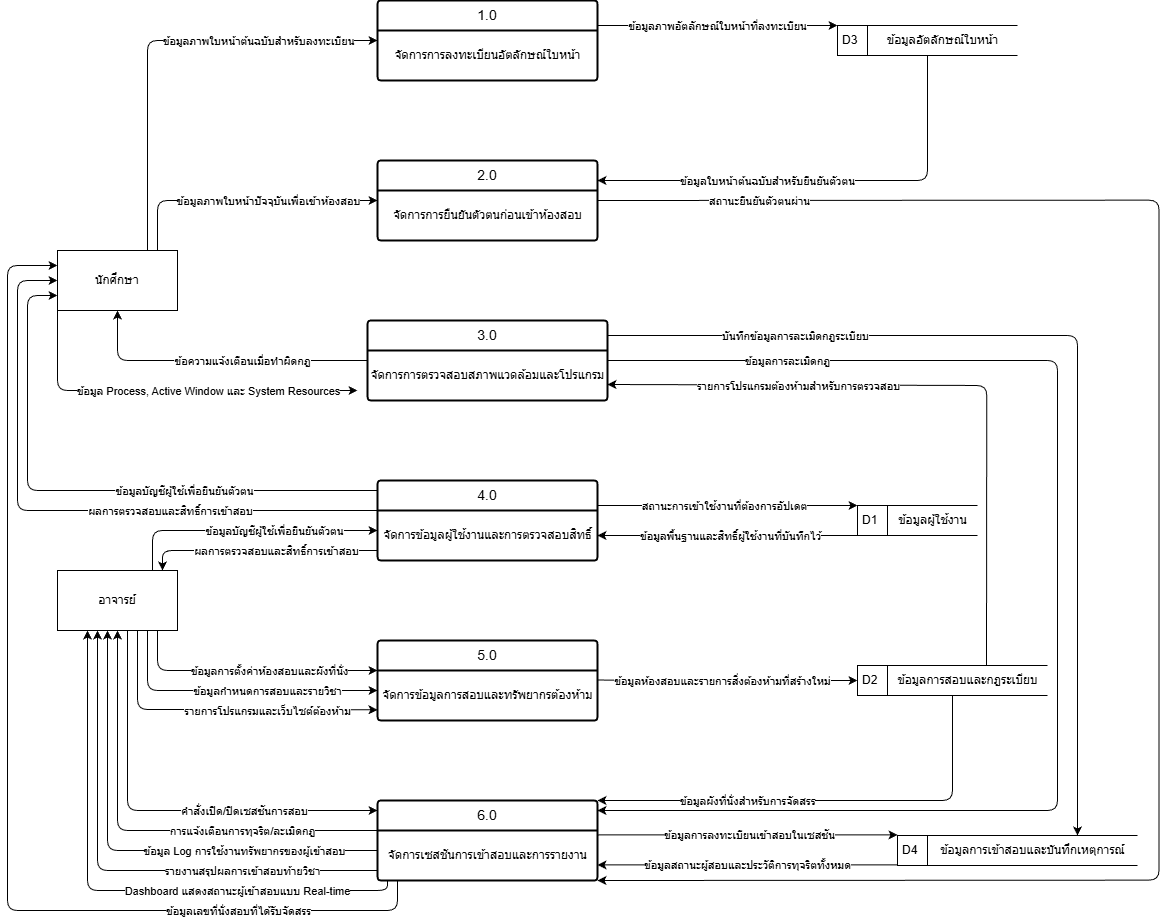
Before: diagram_now/diagran_picture/DFD1.png, a diagram exported from draw.io (PatcharaphonKoosomsarp/FACE-EXAM). Source tidied: cells renumbered, new cells last; positions are measured from the earlier drawing's top-left corner, leaving out a move shared by most shapes.
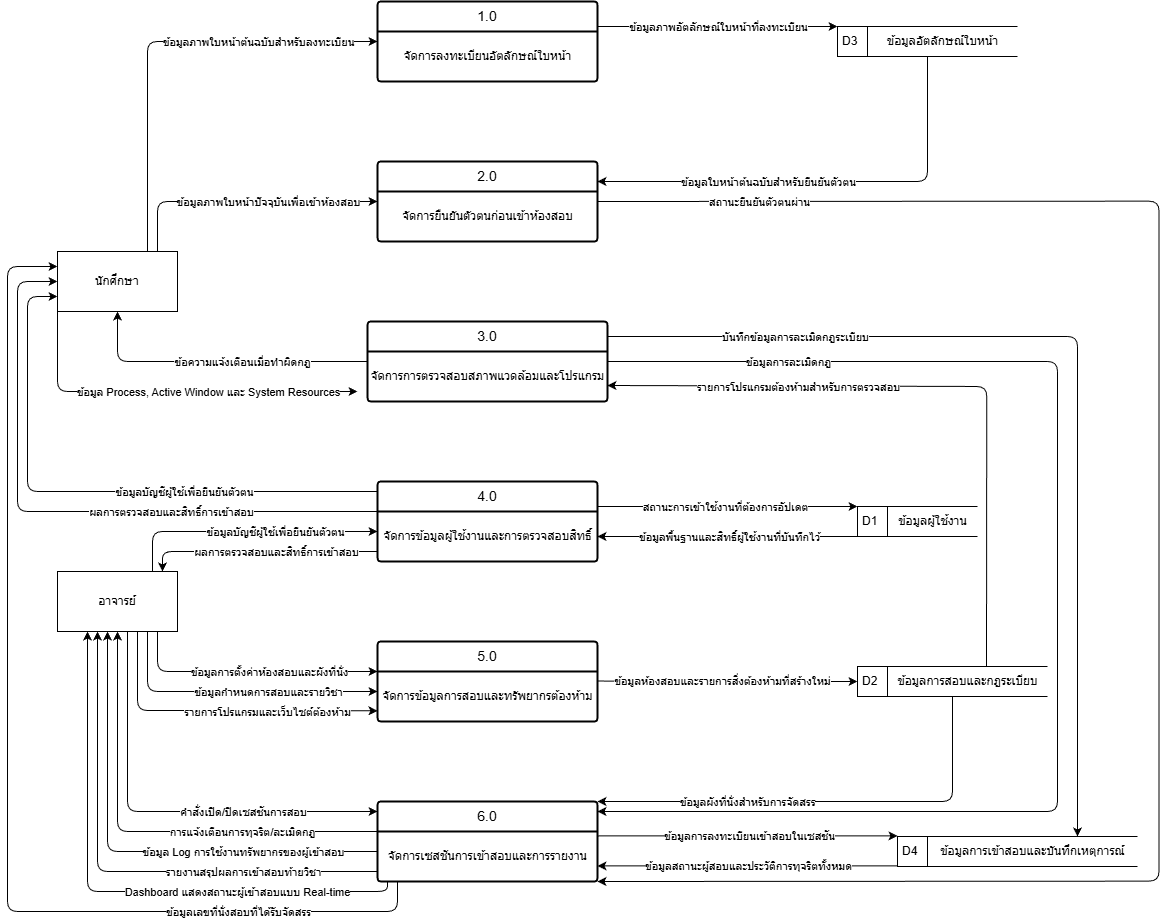
Above is the later version.

Change to the diagram source:
```diff
@@ -278,13 +278,13 @@
     <mxCell id="52" value="1.0" style="swimlane;horizontal=1;startSize=30;rounded=1;fontSize=14;fontStyle=0;strokeWidth=2;shadow=0;dashed=0;align=center;arcSize=4;whiteSpace=wrap;html=1;" parent="1" vertex="1">
       <mxGeometry x="370" width="220" height="80" as="geometry" />
     </mxCell>
-    <mxCell id="53" value="จัดการการลงทะเบียนอัตลักษณ์ใบหน้า" style="text;html=1;align=center;verticalAlign=middle;strokeColor=none;fillColor=none;" parent="52" vertex="1">
+    <mxCell id="53" value="จัดการลงทะเบียนอัตลักษณ์ใบหน้า" style="text;html=1;align=center;verticalAlign=middle;strokeColor=none;fillColor=none;" parent="52" vertex="1">
       <mxGeometry y="30" width="220" height="50" as="geometry" />
     </mxCell>
     <mxCell id="54" value="2.0" style="swimlane;horizontal=1;startSize=30;rounded=1;fontSize=14;fontStyle=0;strokeWidth=2;shadow=0;dashed=0;align=center;arcSize=4;whiteSpace=wrap;html=1;" parent="1" vertex="1">
       <mxGeometry x="370" y="160" width="220" height="80" as="geometry" />
     </mxCell>
-    <mxCell id="55" value="จัดการการยืนยันตัวตนก่อนเข้าห้องสอบ" style="text;html=1;align=center;verticalAlign=middle;strokeColor=none;fillColor=none;" parent="54" vertex="1">
+    <mxCell id="55" value="จัดการยืนยันตัวตนก่อนเข้าห้องสอบ" style="text;html=1;align=center;verticalAlign=middle;strokeColor=none;fillColor=none;" parent="54" vertex="1">
       <mxGeometry y="30" width="220" height="50" as="geometry" />
     </mxCell>
     <mxCell id="56" value="6.0" style="swimlane;horizontal=1;startSize=30;rounded=1;fontSize=14;fontStyle=0;strokeWidth=2;shadow=0;dashed=0;align=center;arcSize=4;whiteSpace=wrap;html=1;" parent="1" vertex="1">
```
